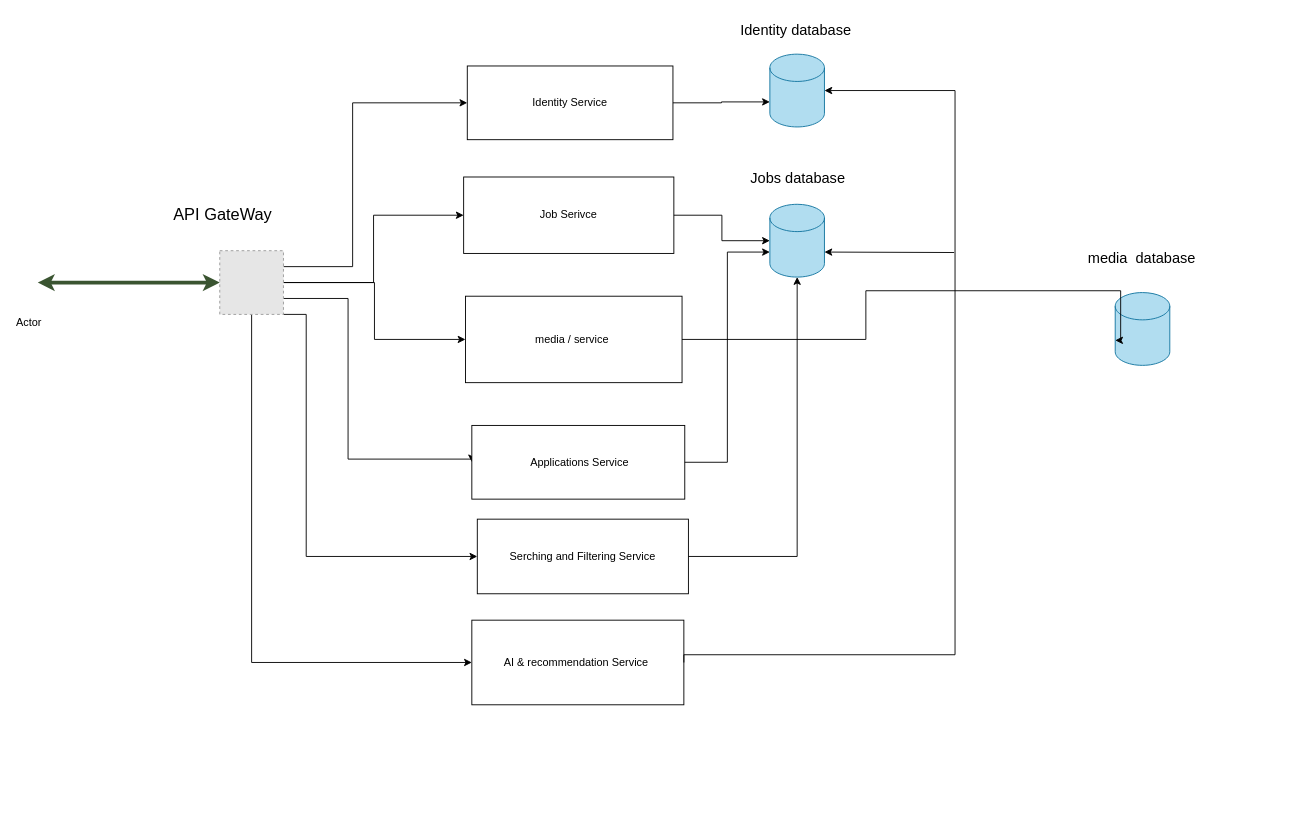
Before: TalentHire.drawio in abdallahsellem/TalentHire, a draw.io diagram. Source tidied: cells renumbered, new cells numbered last; positions are measured from the earlier drawing's top-left corner, leaving out a move shared by most shapes. Both pictures are drawn from the tidied source at 91%, with x=0, y=0 at pixel (19, 15). Pictures stored in the file or linked from it are replaced by grey dashed boxes.
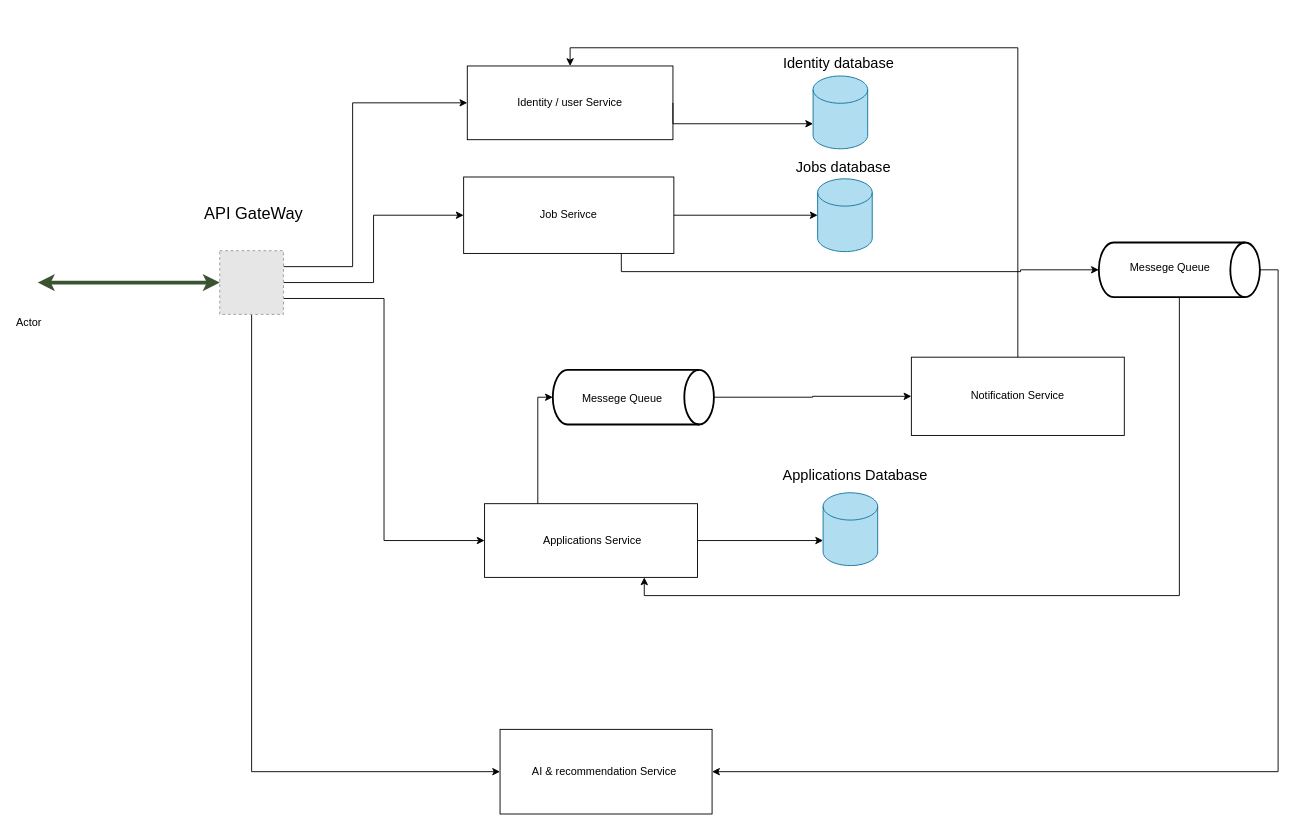
After the change.

Unchanged cells that the change refers to:
```xml
<mxCell id="9" style="fillColor=#E6E6E6;strokeColor=#999999;dashed=1;verticalLabelPosition=bottom;labelBackgroundColor=default;verticalAlign=top;" parent="1" vertex="1">
  <mxGeometry x="220" y="258" width="70" height="70" as="geometry" />
</mxCell>
<mxCell id="13" value="Job Serivce" style="whiteSpace=wrap;html=1;" parent="1" vertex="1">
  <mxGeometry x="488" y="177" width="231" height="84" as="geometry" />
</mxCell>
```

Change to the diagram source:
```diff
@@
-    <mxCell id="4" style="edgeStyle=orthogonalEdgeStyle;rounded=0;jettySize=auto;html=1;entryX=0;entryY=0.5;entryDx=0;entryDy=0;exitX=1;exitY=0.75;exitDx=0;exitDy=0;" parent="1" edge="1" source="9" target="14">
-      <mxGeometry relative="1" as="geometry">
-        <Array as="points">
-          <mxPoint x="361" y="310" />
-          <mxPoint x="361" y="487" />
-          <mxPoint x="497" y="487" />
-        </Array>
-      </mxGeometry>
-    </mxCell>
-    <mxCell id="5" style="edgeStyle=orthogonalEdgeStyle;rounded=0;jettySize=auto;html=1;exitX=1;exitY=1;exitDx=0;exitDy=0;entryX=0;entryY=0.5;entryDx=0;entryDy=0;" parent="1" edge="1" source="9" target="15">
-      <mxGeometry relative="1" as="geometry">
-        <Array as="points">
-          <mxPoint x="315" y="328" />
-          <mxPoint x="315" y="594" />
-        </Array>
-      </mxGeometry>
-    </mxCell>
@@
-    <mxCell id="8" style="edgeStyle=orthogonalEdgeStyle;rounded=0;jettySize=auto;html=1;exitX=1;exitY=0.5;exitDx=0;exitDy=0;entryX=0;entryY=0.5;entryDx=0;entryDy=0;" parent="1" edge="1" source="9" target="27">
-      <mxGeometry relative="1" as="geometry">
-        <Array as="points">
-          <mxPoint x="390" y="293" />
-          <mxPoint x="390" y="356" />
-        </Array>
-      </mxGeometry>
-    </mxCell>
+    <mxCell id="4" style="edgeStyle=orthogonalEdgeStyle;rounded=0;jettySize=auto;html=1;exitX=1;exitY=0.75;exitDx=0;exitDy=0;entryX=0;entryY=0.5;entryDx=0;entryDy=0;" parent="1" edge="1" source="9" target="14">
+      <mxGeometry relative="1" as="geometry" />
+    </mxCell>
@@
     <mxCell id="11" value="&lt;div style=&quot;line-height: 130%;&quot;&gt;&lt;font style=&quot;font-size: 18px; color: light-dark(rgb(1, 1, 1), rgb(249, 246, 246));&quot;&gt;API GateWay&lt;/font&gt;&lt;div&gt;&lt;/div&gt;&lt;/div&gt;" style="text;html=1;align=center;verticalAlign=middle;strokeWidth=6;perimeterSpacing=5;" parent="1" vertex="1">
-      <mxGeometry x="159" y="204" width="127" height="31" as="geometry" />
+      <mxGeometry x="193" y="203.5" width="127" height="31" as="geometry" />
     </mxCell>
-    <mxCell id="12" value="&lt;div&gt;Identity Service&lt;/div&gt;" style="rounded=0;whiteSpace=wrap;html=1;" parent="1" vertex="1">
+    <mxCell id="12" value="&lt;div&gt;Identity / user Service&lt;/div&gt;" style="rounded=0;whiteSpace=wrap;html=1;" parent="1" vertex="1">
       <mxGeometry x="492" y="55" width="226" height="81" as="geometry" />
     </mxCell>
@@
     <mxCell id="14" value="&amp;nbsp;Applications Service" style="whiteSpace=wrap;html=1;" parent="1" vertex="1">
-      <mxGeometry x="497" y="450" width="234" height="81" as="geometry" />
+      <mxGeometry x="511" y="536" width="234" height="81" as="geometry" />
     </mxCell>
-    <mxCell id="15" value="Serching and Filtering Service" style="whiteSpace=wrap;html=1;" parent="1" vertex="1">
-      <mxGeometry x="503" y="553" width="232" height="82" as="geometry" />
-    </mxCell>
     <mxCell id="16" style="shape=cylinder3;whiteSpace=wrap;html=1;boundedLbl=1;backgroundOutline=1;size=15;fillColor=#b1ddf0;strokeColor=#10739e;" parent="1" vertex="1">
-      <mxGeometry x="824.5" y="42" width="60" height="80" as="geometry" />
+      <mxGeometry x="872" y="66" width="60" height="80" as="geometry" />
     </mxCell>
     <mxCell id="17" style="shape=cylinder3;whiteSpace=wrap;html=1;boundedLbl=1;backgroundOutline=1;size=15;fillColor=#b1ddf0;strokeColor=#10739e;" parent="1" vertex="1">
-      <mxGeometry x="824.5" y="207" width="60" height="80" as="geometry" />
+      <mxGeometry x="877" y="179" width="60" height="80" as="geometry" />
     </mxCell>
     <mxCell id="18" value="&lt;font style=&quot;font-size: 16px;&quot;&gt;Identity database&amp;nbsp;&lt;/font&gt;" style="text;html=1;align=center;verticalAlign=middle;strokeColor=none;fillColor=none;" parent="1" vertex="1">
-      <mxGeometry x="782" width="145" height="32" as="geometry" />
+      <mxGeometry x="829" y="36" width="145" height="32" as="geometry" />
     </mxCell>
     <mxCell id="19" value="&lt;font style=&quot;font-size: 16px;&quot;&gt;Jobs database&lt;/font&gt;" style="text;html=1;align=center;verticalAlign=middle;strokeColor=none;fillColor=none;" parent="1" vertex="1">
-      <mxGeometry x="793" y="162" width="123" height="32" as="geometry" />
+      <mxGeometry x="843" y="150" width="123" height="32" as="geometry" />
     </mxCell>
@@
-    <mxCell id="21" style="edgeStyle=orthogonalEdgeStyle;rounded=0;jettySize=auto;html=1;exitX=1;exitY=0.5;exitDx=0;exitDy=0;entryX=0;entryY=0;entryDx=0;entryDy=52.5;entryPerimeter=0;" parent="1" edge="1" source="14" target="17">
-      <mxGeometry relative="1" as="geometry" />
-    </mxCell>
-    <mxCell id="22" style="edgeStyle=orthogonalEdgeStyle;rounded=0;jettySize=auto;html=1;exitX=1;exitY=0.5;exitDx=0;exitDy=0;entryX=0.5;entryY=1;entryDx=0;entryDy=0;entryPerimeter=0;" parent="1" edge="1" source="15" target="17">
-      <mxGeometry relative="1" as="geometry" />
-    </mxCell>
     <mxCell id="23" value="AI &amp;amp; recommendation Service&amp;nbsp;" style="whiteSpace=wrap;html=1;" parent="1" vertex="1">
-      <mxGeometry x="497" y="664" width="233" height="93" as="geometry" />
+      <mxGeometry x="528" y="784" width="233" height="93" as="geometry" />
     </mxCell>
-    <mxCell id="24" style="edgeStyle=orthogonalEdgeStyle;rounded=0;jettySize=auto;html=1;exitX=1;exitY=0.5;exitDx=0;exitDy=0;entryX=1;entryY=0.5;entryDx=0;entryDy=0;entryPerimeter=0;" parent="1" edge="1" source="23" target="16">
-      <mxGeometry relative="1" as="geometry">
-        <Array as="points">
-          <mxPoint x="730" y="702" />
-          <mxPoint x="1028" y="702" />
-          <mxPoint x="1028" y="82" />
-        </Array>
-      </mxGeometry>
-    </mxCell>
-    <mxCell id="25" style="endArrow=classic;html=1;rounded=0;entryX=1;entryY=0;entryDx=0;entryDy=52.5;entryPerimeter=0;" parent="1" edge="1" target="17">
-      <mxGeometry relative="1" as="geometry">
-        <mxPoint x="1027" y="260" as="sourcePoint" />
-      </mxGeometry>
-    </mxCell>
     <mxCell id="26" style="edgeStyle=orthogonalEdgeStyle;rounded=0;jettySize=auto;html=1;exitX=1;exitY=0.5;exitDx=0;exitDy=0;entryX=0;entryY=0;entryDx=0;entryDy=52.5;entryPerimeter=0;" parent="1" edge="1" source="12" target="16">
-      <mxGeometry relative="1" as="geometry" />
+      <mxGeometry relative="1" as="geometry">
+        <Array as="points">
+          <mxPoint x="718" y="119" />
+        </Array>
+      </mxGeometry>
     </mxCell>
-    <mxCell id="27" value="media / service&amp;nbsp;" style="whiteSpace=wrap;html=1;" parent="1" vertex="1">
-      <mxGeometry x="490" y="308" width="238" height="95" as="geometry" />
-    </mxCell>
-    <mxCell id="28" style="shape=cylinder3;whiteSpace=wrap;html=1;boundedLbl=1;backgroundOutline=1;size=15;fillColor=#b1ddf0;strokeColor=#10739e;" parent="1" vertex="1">
-      <mxGeometry x="1204" y="304" width="60" height="80" as="geometry" />
-    </mxCell>
-    <mxCell id="29" style="edgeStyle=orthogonalEdgeStyle;rounded=0;jettySize=auto;html=1;exitX=1;exitY=0.5;exitDx=0;exitDy=0;entryX=0;entryY=0;entryDx=0;entryDy=52.5;entryPerimeter=0;" parent="1" edge="1" source="27" target="28">
-      <mxGeometry relative="1" as="geometry">
-        <Array as="points">
-          <mxPoint x="930" y="356" />
-          <mxPoint x="930" y="302" />
-          <mxPoint x="1210" y="302" />
-        </Array>
-      </mxGeometry>
-    </mxCell>
-    <mxCell id="30" value="&lt;font style=&quot;font-size: 16px;&quot;&gt;media&amp;nbsp; database&lt;/font&gt;" style="text;html=1;align=center;verticalAlign=middle;strokeColor=none;fillColor=none;" parent="1" vertex="1">
-      <mxGeometry x="1164" y="250" width="137" height="32" as="geometry" />
-    </mxCell>
+    <mxCell id="31" style="shape=cylinder3;whiteSpace=wrap;html=1;boundedLbl=1;backgroundOutline=1;size=15;fillColor=#b1ddf0;strokeColor=#10739e;" parent="1" vertex="1">
+      <mxGeometry x="883" y="524" width="60" height="80" as="geometry" />
+    </mxCell>
+    <mxCell id="32" value="&lt;font style=&quot;font-size: 16px;&quot;&gt;Applications Database&lt;/font&gt;&lt;div&gt;&lt;font style=&quot;font-size: 16px;&quot;&gt;&lt;br&gt;&lt;/font&gt;&lt;/div&gt;" style="text;html=1;align=center;verticalAlign=middle;strokeColor=none;fillColor=none;" parent="1" vertex="1">
+      <mxGeometry x="829" y="488" width="178" height="51" as="geometry" />
+    </mxCell>
+    <mxCell id="33" style="edgeStyle=orthogonalEdgeStyle;rounded=0;jettySize=auto;html=1;exitX=1;exitY=0.5;exitDx=0;exitDy=0;exitPerimeter=0;entryX=0;entryY=0.5;entryDx=0;entryDy=0;" parent="1" edge="1" source="34" target="37">
+      <mxGeometry relative="1" as="geometry" />
+    </mxCell>
+    <mxCell id="34" style="strokeWidth=2;html=1;shape=mxgraph.flowchart.direct_data;whiteSpace=wrap;" parent="1" vertex="1">
+      <mxGeometry x="586" y="389" width="177" height="60" as="geometry" />
+    </mxCell>
+    <mxCell id="35" value="Messege Queue" style="text;html=1;align=center;verticalAlign=middle;strokeColor=none;fillColor=none;" parent="1" vertex="1">
+      <mxGeometry x="608" y="407" width="107" height="27" as="geometry" />
+    </mxCell>
+    <mxCell id="36" style="edgeStyle=orthogonalEdgeStyle;rounded=0;jettySize=auto;html=1;exitX=0.5;exitY=0;exitDx=0;exitDy=0;entryX=0.5;entryY=0;entryDx=0;entryDy=0;" parent="1" edge="1" source="37" target="12">
+      <mxGeometry relative="1" as="geometry" />
+    </mxCell>
+    <mxCell id="37" value="Notification Service" style="whiteSpace=wrap;html=1;" parent="1" vertex="1">
+      <mxGeometry x="980" y="375" width="234" height="86" as="geometry" />
+    </mxCell>
+    <mxCell id="38" style="edgeStyle=orthogonalEdgeStyle;rounded=0;jettySize=auto;html=1;exitX=0.25;exitY=0;exitDx=0;exitDy=0;entryX=0;entryY=0.5;entryDx=0;entryDy=0;entryPerimeter=0;" parent="1" edge="1" source="14" target="34">
+      <mxGeometry relative="1" as="geometry">
+        <Array as="points">
+          <mxPoint x="570" y="419" />
+        </Array>
+      </mxGeometry>
+    </mxCell>
+    <mxCell id="39" style="edgeStyle=orthogonalEdgeStyle;rounded=0;jettySize=auto;html=1;exitX=1;exitY=0.5;exitDx=0;exitDy=0;exitPerimeter=0;entryX=1;entryY=0.5;entryDx=0;entryDy=0;" parent="1" edge="1" source="41" target="23">
+      <mxGeometry relative="1" as="geometry" />
+    </mxCell>
+    <mxCell id="40" style="edgeStyle=orthogonalEdgeStyle;rounded=0;jettySize=auto;html=1;exitX=0.5;exitY=1;exitDx=0;exitDy=0;exitPerimeter=0;entryX=0.75;entryY=1;entryDx=0;entryDy=0;" parent="1" edge="1" source="41" target="14">
+      <mxGeometry relative="1" as="geometry" />
+    </mxCell>
+    <mxCell id="41" style="strokeWidth=2;html=1;shape=mxgraph.flowchart.direct_data;whiteSpace=wrap;" parent="1" vertex="1">
+      <mxGeometry x="1186" y="249" width="177" height="60" as="geometry" />
+    </mxCell>
+    <mxCell id="42" value="Messege Queue" style="text;html=1;align=center;verticalAlign=middle;strokeColor=none;fillColor=none;" parent="1" vertex="1">
+      <mxGeometry x="1210" y="263" width="107" height="27" as="geometry" />
+    </mxCell>
+    <mxCell id="43" style="edgeStyle=orthogonalEdgeStyle;rounded=0;jettySize=auto;html=1;exitX=1;exitY=0.5;exitDx=0;exitDy=0;entryX=0;entryY=0;entryDx=0;entryDy=52.5;entryPerimeter=0;" parent="1" edge="1" source="14" target="31">
+      <mxGeometry relative="1" as="geometry" />
+    </mxCell>
+    <mxCell id="44" style="edgeStyle=orthogonalEdgeStyle;rounded=0;jettySize=auto;html=1;exitX=0.75;exitY=1;exitDx=0;exitDy=0;entryX=0;entryY=0.5;entryDx=0;entryDy=0;entryPerimeter=0;" parent="1" edge="1" source="13" target="41">
+      <mxGeometry relative="1" as="geometry">
+        <Array as="points">
+          <mxPoint x="661" y="281" />
+          <mxPoint x="1100" y="281" />
+          <mxPoint x="1100" y="279" />
+        </Array>
+      </mxGeometry>
+    </mxCell>
```
